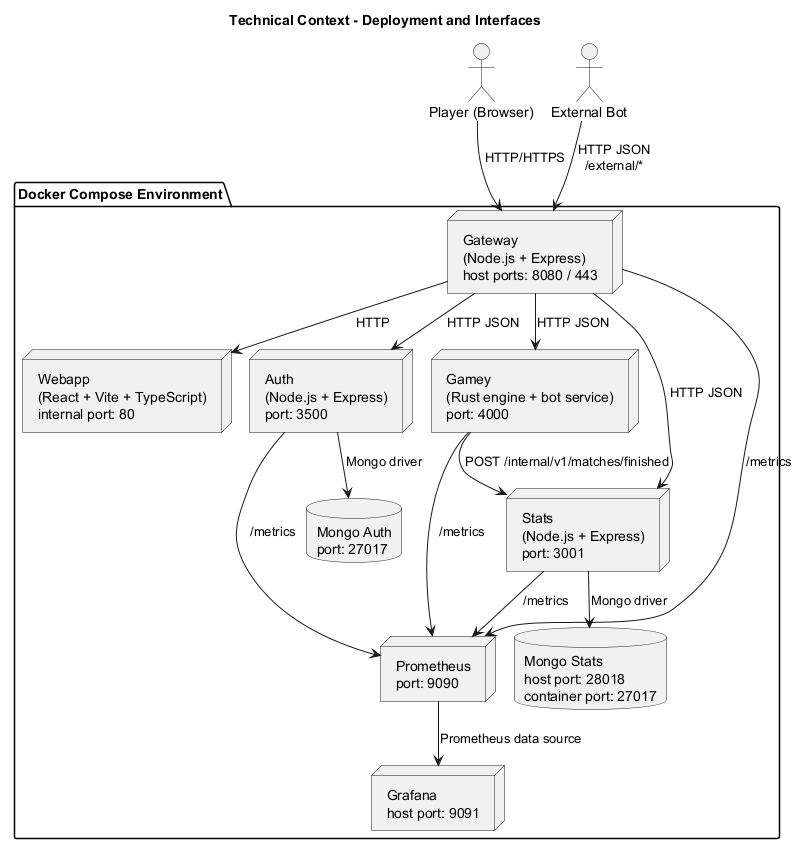
Arquisoft/yovi_es4b keeps this PlantUML diagram as images/technical-context-diagram.png. Above is the earlier version.
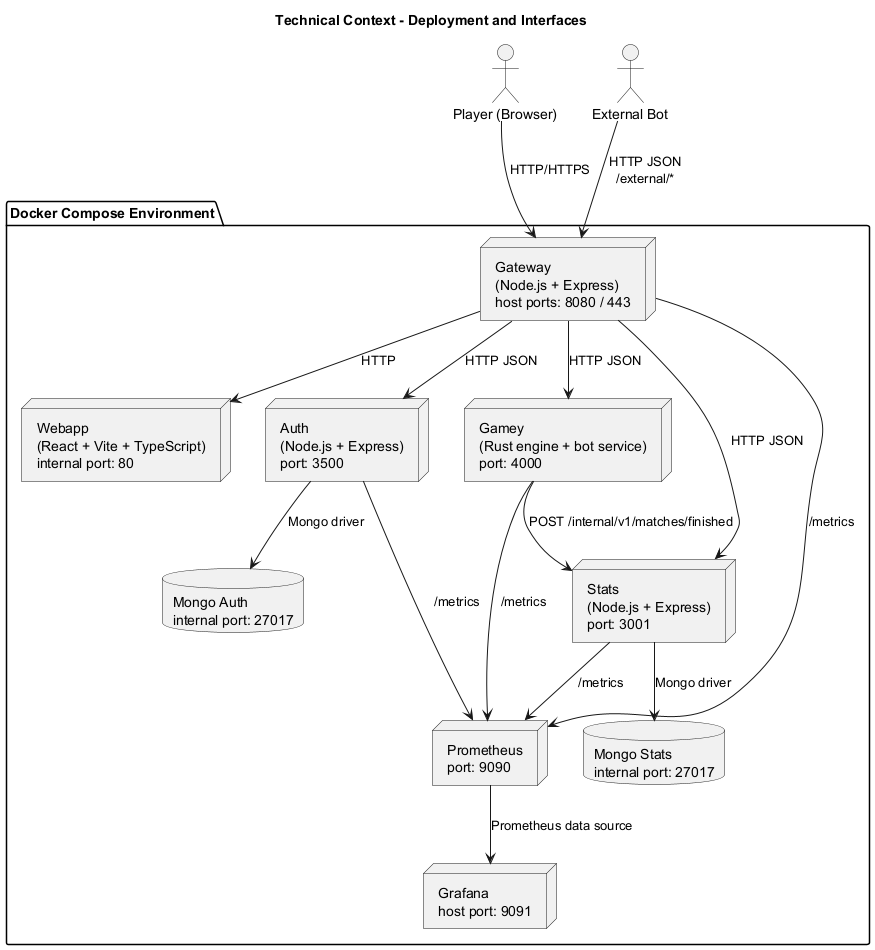
After the commit.

The edit, as a diff of the source:
```diff
@@ -10,8 +10,8 @@
     node "Auth\n(Node.js + Express)\nport: 3500" as Auth
     node "Stats\n(Node.js + Express)\nport: 3001" as Stats
     node "Gamey\n(Rust engine + bot service)\nport: 4000" as Gamey
-    database "Mongo Auth\nport: 27017" as UserDB
-    database "Mongo Stats\nhost port: 28018\ncontainer port: 27017" as GameDB
+    database "Mongo Auth\ninternal port: 27017" as UserDB
+    database "Mongo Stats\ninternal port: 27017" as GameDB
     node "Prometheus\nport: 9090" as Prometheus
     node "Grafana\nhost port: 9091" as Grafana
 }
```
